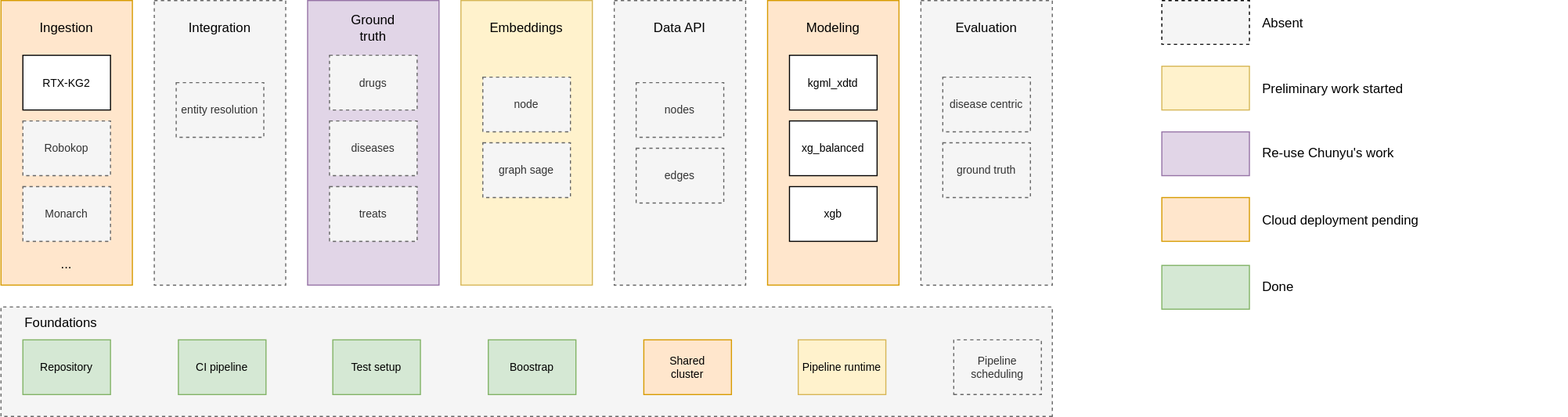
everycure-org/matrix keeps this draw.io diagram as docs/src/assets/img/status.drawio.svg. Above is the earlier version. Source tidied: cells renumbered, new cells last; positions are measured from the earlier drawing's top-left corner, leaving out a move shared by most shapes.
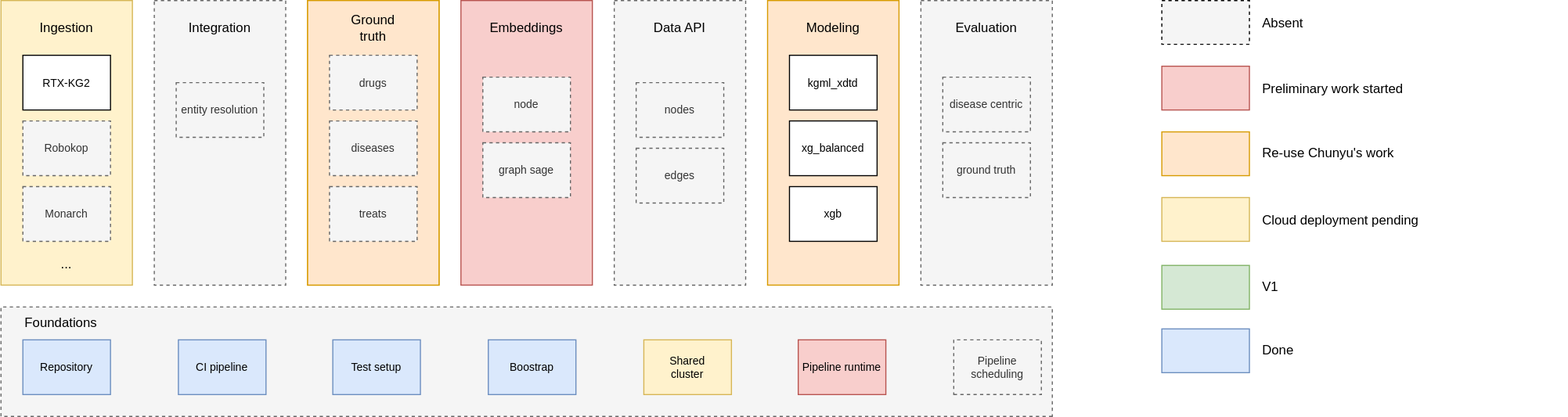
After the commit.

Diff of the diagram source:
```diff
@@ -5,7 +5,7 @@
     <mxCell id="2" style="rounded=0;whiteSpace=wrap;html=1;fillColor=#f5f5f5;strokeColor=#666666;flipH=1;flipV=1;fontColor=#333333;dashed=1;" parent="1" vertex="1">
       <mxGeometry y="280" width="960" height="100" as="geometry" />
     </mxCell>
-    <mxCell id="3" style="rounded=0;whiteSpace=wrap;html=1;fillColor=#ffe6cc;strokeColor=#d79b00;" parent="1" vertex="1">
+    <mxCell id="3" style="rounded=0;whiteSpace=wrap;html=1;fillColor=#fff2cc;strokeColor=#d6b656;" parent="1" vertex="1">
       <mxGeometry width="120" height="260" as="geometry" />
     </mxCell>
     <mxCell id="4" value="RTX-KG2" style="rounded=0;whiteSpace=wrap;html=1;fontSize=10;" parent="1" vertex="1">
@@ -29,7 +29,7 @@
     <mxCell id="10" value="Integration" style="text;html=1;align=center;verticalAlign=middle;whiteSpace=wrap;rounded=0;" parent="1" vertex="1">
       <mxGeometry x="170" y="10" width="60" height="30" as="geometry" />
     </mxCell>
-    <mxCell id="11" style="rounded=0;whiteSpace=wrap;html=1;fillColor=#fff2cc;strokeColor=#d6b656;" parent="1" vertex="1">
+    <mxCell id="11" style="rounded=0;whiteSpace=wrap;html=1;fillColor=#f8cecc;strokeColor=#b85450;" parent="1" vertex="1">
       <mxGeometry x="420" width="120" height="260" as="geometry" />
     </mxCell>
     <mxCell id="12" value="Embeddings" style="text;html=1;align=center;verticalAlign=middle;whiteSpace=wrap;rounded=0;" parent="1" vertex="1">
@@ -59,13 +59,13 @@
     <mxCell id="20" style="rounded=0;whiteSpace=wrap;html=1;fillColor=#f5f5f5;fontColor=#333333;strokeColor=default;dashed=1;" parent="1" vertex="1">
       <mxGeometry x="1060" width="80" height="40" as="geometry" />
     </mxCell>
-    <mxCell id="21" style="rounded=0;whiteSpace=wrap;html=1;fillColor=#ffe6cc;strokeColor=#d79b00;" parent="1" vertex="1">
+    <mxCell id="21" style="rounded=0;whiteSpace=wrap;html=1;fillColor=#fff2cc;strokeColor=#d6b656;" parent="1" vertex="1">
       <mxGeometry x="1060" y="180" width="80" height="40" as="geometry" />
     </mxCell>
-    <mxCell id="22" style="rounded=0;whiteSpace=wrap;html=1;fillColor=#fff2cc;strokeColor=#d6b656;" parent="1" vertex="1">
+    <mxCell id="22" style="rounded=0;whiteSpace=wrap;html=1;fillColor=#f8cecc;strokeColor=#b85450;" parent="1" vertex="1">
       <mxGeometry x="1060" y="60" width="80" height="40" as="geometry" />
     </mxCell>
-    <mxCell id="23" style="rounded=0;whiteSpace=wrap;html=1;fillColor=#e1d5e7;strokeColor=#9673a6;" parent="1" vertex="1">
+    <mxCell id="23" style="rounded=0;whiteSpace=wrap;html=1;fillColor=#ffe6cc;strokeColor=#d79b00;" parent="1" vertex="1">
       <mxGeometry x="1060" y="120" width="80" height="40" as="geometry" />
     </mxCell>
     <mxCell id="24" value="Re-use Chunyu's work" style="text;html=1;align=left;verticalAlign=middle;whiteSpace=wrap;rounded=0;" parent="1" vertex="1">
@@ -89,7 +89,7 @@
     <mxCell id="30" style="rounded=0;whiteSpace=wrap;html=1;fillColor=#d5e8d4;strokeColor=#82b366;" parent="1" vertex="1">
       <mxGeometry x="1060" y="242" width="80" height="40" as="geometry" />
     </mxCell>
-    <mxCell id="31" value="Done" style="text;html=1;align=left;verticalAlign=middle;whiteSpace=wrap;rounded=0;" parent="1" vertex="1">
+    <mxCell id="31" value="V1&amp;nbsp;" style="text;html=1;align=left;verticalAlign=middle;whiteSpace=wrap;rounded=0;" parent="1" vertex="1">
       <mxGeometry x="1150" y="247" width="170" height="30" as="geometry" />
     </mxCell>
     <mxCell id="32" value="Preliminary work started&amp;nbsp;" style="text;html=1;align=left;verticalAlign=middle;whiteSpace=wrap;rounded=0;" parent="1" vertex="1">
@@ -101,13 +101,13 @@
     <mxCell id="34" value="Absent" style="text;html=1;align=left;verticalAlign=middle;whiteSpace=wrap;rounded=0;" parent="1" vertex="1">
       <mxGeometry x="1150" y="6" width="112" height="30" as="geometry" />
     </mxCell>
-    <mxCell id="35" value="Boostrap" style="rounded=0;whiteSpace=wrap;html=1;fontSize=10;flipH=0;flipV=1;fillColor=#d5e8d4;strokeColor=#82b366;" parent="1" vertex="1">
+    <mxCell id="35" value="Boostrap" style="rounded=0;whiteSpace=wrap;html=1;fontSize=10;flipH=0;flipV=1;fillColor=#dae8fc;strokeColor=#6c8ebf;" parent="1" vertex="1">
       <mxGeometry x="445" y="310" width="80" height="50" as="geometry" />
     </mxCell>
-    <mxCell id="36" value="Shared&amp;nbsp;&lt;div&gt;cluster&lt;/div&gt;" style="rounded=0;whiteSpace=wrap;html=1;fontSize=10;flipH=0;flipV=1;fillColor=#ffe6cc;strokeColor=#d79b00;" parent="1" vertex="1">
+    <mxCell id="36" value="Shared&amp;nbsp;&lt;div&gt;cluster&lt;/div&gt;" style="rounded=0;whiteSpace=wrap;html=1;fontSize=10;flipH=0;flipV=1;fillColor=#fff2cc;strokeColor=#d6b656;" parent="1" vertex="1">
       <mxGeometry x="587" y="310" width="80" height="50" as="geometry" />
     </mxCell>
-    <mxCell id="37" value="Pipeline runtime" style="rounded=0;whiteSpace=wrap;html=1;fontSize=10;flipH=0;flipV=1;fillColor=#fff2cc;strokeColor=#d6b656;" parent="1" vertex="1">
+    <mxCell id="37" value="Pipeline runtime" style="rounded=0;whiteSpace=wrap;html=1;fontSize=10;flipH=0;flipV=1;fillColor=#f8cecc;strokeColor=#b85450;" parent="1" vertex="1">
       <mxGeometry x="728" y="310" width="80" height="50" as="geometry" />
     </mxCell>
     <mxCell id="38" value="Pipeline scheduling" style="rounded=0;whiteSpace=wrap;html=1;fontSize=10;dashed=1;flipH=0;flipV=1;fillColor=#f5f5f5;fontColor=#333333;strokeColor=#666666;" parent="1" vertex="1">
@@ -116,13 +116,13 @@
     <mxCell id="39" value="Foundations" style="text;html=1;align=center;verticalAlign=middle;whiteSpace=wrap;rounded=0;" parent="1" vertex="1">
       <mxGeometry x="10" y="280" width="90" height="30" as="geometry" />
     </mxCell>
-    <mxCell id="40" value="Repository" style="rounded=0;whiteSpace=wrap;html=1;fontSize=10;flipH=0;flipV=1;fillColor=#d5e8d4;strokeColor=#82b366;" parent="1" vertex="1">
+    <mxCell id="40" value="Repository" style="rounded=0;whiteSpace=wrap;html=1;fontSize=10;flipH=0;flipV=1;fillColor=#dae8fc;strokeColor=#6c8ebf;" parent="1" vertex="1">
       <mxGeometry x="20" y="310" width="80" height="50" as="geometry" />
     </mxCell>
-    <mxCell id="41" value="CI pipeline" style="rounded=0;whiteSpace=wrap;html=1;fontSize=10;flipH=0;flipV=1;fillColor=#d5e8d4;strokeColor=#82b366;" parent="1" vertex="1">
+    <mxCell id="41" value="CI pipeline" style="rounded=0;whiteSpace=wrap;html=1;fontSize=10;flipH=0;flipV=1;fillColor=#dae8fc;strokeColor=#6c8ebf;" parent="1" vertex="1">
       <mxGeometry x="162" y="310" width="80" height="50" as="geometry" />
     </mxCell>
-    <mxCell id="42" value="Test setup" style="rounded=0;whiteSpace=wrap;html=1;fontSize=10;flipH=0;flipV=1;fillColor=#d5e8d4;strokeColor=#82b366;" parent="1" vertex="1">
+    <mxCell id="42" value="Test setup" style="rounded=0;whiteSpace=wrap;html=1;fontSize=10;flipH=0;flipV=1;fillColor=#dae8fc;strokeColor=#6c8ebf;" parent="1" vertex="1">
       <mxGeometry x="303" y="310" width="80" height="50" as="geometry" />
     </mxCell>
     <mxCell id="43" style="group;" parent="1" vertex="1">
@@ -140,23 +140,29 @@
     <mxCell id="47" value="edges" style="rounded=0;whiteSpace=wrap;html=1;fillColor=#f5f5f5;strokeColor=#666666;fontColor=#333333;fontSize=10;dashed=1;" parent="43" vertex="1">
       <mxGeometry x="20" y="135" width="80" height="50" as="geometry" />
     </mxCell>
-    <mxCell id="48" style="group;" parent="1" vertex="1">
+    <mxCell id="48" style="group;fillColor=default;strokeColor=#d79b00;" parent="1" vertex="1">
       <mxGeometry x="280" width="120" height="260" as="geometry" />
     </mxCell>
+    <mxCell id="54" style="rounded=0;whiteSpace=wrap;html=1;fillColor=#dae8fc;strokeColor=#6c8ebf;" parent="1" vertex="1">
+      <mxGeometry x="1060" y="300" width="80" height="40" as="geometry" />
+    </mxCell>
+    <mxCell id="55" value="Done" style="text;html=1;align=left;verticalAlign=middle;whiteSpace=wrap;rounded=0;" parent="1" vertex="1">
+      <mxGeometry x="1150" y="305" width="170" height="30" as="geometry" />
+    </mxCell>
-    <mxCell id="49" style="rounded=0;whiteSpace=wrap;html=1;fillColor=#e1d5e7;strokeColor=#9673a6;" parent="48" vertex="1">
-      <mxGeometry width="120" height="260" as="geometry" />
+    <mxCell id="49" style="rounded=0;whiteSpace=wrap;html=1;fillColor=#ffe6cc;strokeColor=#d79b00;" parent="1" vertex="1">
+      <mxGeometry x="280" width="120" height="260" as="geometry" />
     </mxCell>
-    <mxCell id="50" value="Ground truth" style="text;html=1;align=center;verticalAlign=middle;whiteSpace=wrap;rounded=0;" parent="48" vertex="1">
-      <mxGeometry x="30" y="10" width="60" height="30" as="geometry" />
+    <mxCell id="50" value="Ground truth" style="text;html=1;align=center;verticalAlign=middle;whiteSpace=wrap;rounded=0;" parent="1" vertex="1">
+      <mxGeometry x="310" y="10" width="60" height="30" as="geometry" />
     </mxCell>
-    <mxCell id="51" value="treats" style="rounded=0;whiteSpace=wrap;html=1;fillColor=#f5f5f5;strokeColor=#666666;fontColor=#333333;fontSize=10;dashed=1;" parent="48" vertex="1">
-      <mxGeometry x="20" y="170" width="80" height="50" as="geometry" />
+    <mxCell id="51" value="treats" style="rounded=0;whiteSpace=wrap;html=1;fillColor=#f5f5f5;strokeColor=#666666;fontColor=#333333;fontSize=10;dashed=1;" parent="1" vertex="1">
+      <mxGeometry x="300" y="170" width="80" height="50" as="geometry" />
     </mxCell>
-    <mxCell id="52" value="drugs" style="rounded=0;whiteSpace=wrap;html=1;fillColor=#f5f5f5;strokeColor=#666666;fontColor=#333333;fontSize=10;dashed=1;" parent="48" vertex="1">
-      <mxGeometry x="20" y="50" width="80" height="50" as="geometry" />
+    <mxCell id="52" value="drugs" style="rounded=0;whiteSpace=wrap;html=1;fillColor=#f5f5f5;strokeColor=#666666;fontColor=#333333;fontSize=10;dashed=1;" parent="1" vertex="1">
+      <mxGeometry x="300" y="50" width="80" height="50" as="geometry" />
     </mxCell>
-    <mxCell id="53" value="diseases" style="rounded=0;whiteSpace=wrap;html=1;fillColor=#f5f5f5;strokeColor=#666666;fontColor=#333333;fontSize=10;dashed=1;" parent="48" vertex="1">
-      <mxGeometry x="20" y="110" width="80" height="50" as="geometry" />
+    <mxCell id="53" value="diseases" style="rounded=0;whiteSpace=wrap;html=1;fillColor=#f5f5f5;strokeColor=#666666;fontColor=#333333;fontSize=10;dashed=1;" parent="1" vertex="1">
+      <mxGeometry x="300" y="110" width="80" height="50" as="geometry" />
     </mxCell>
   </root>
 </mxGraphModel>
```
